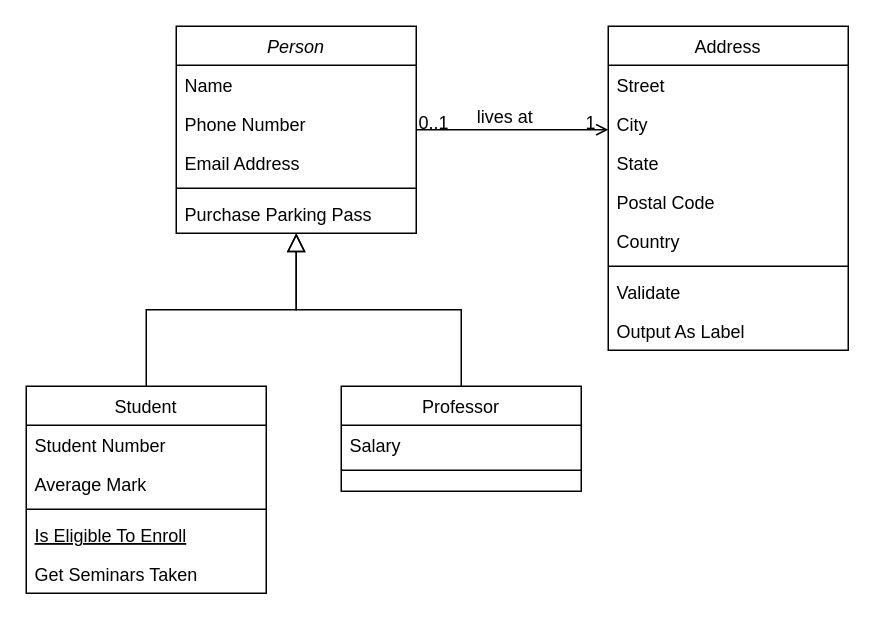
Above: Biểu đồ không có tiêu đề.drawio in dinhbaokhanh/Ecommerce_OOP_N4 (draw.io), before the change. Source tidied: cells renumbered, new cells numbered last; positions are measured from the earlier drawing's top-left corner, leaving out a move shared by most shapes. Both pictures are drawn from the tidied source at 150%, with x=0, y=0 at pixel (26, 26).
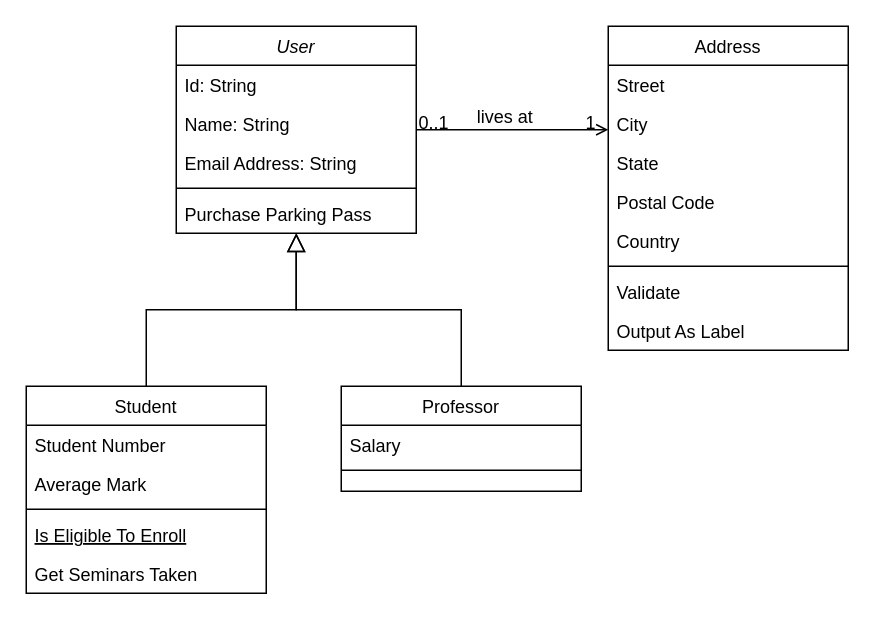
Above is the later version.

What changed in the source:
```diff
@@
-    <mxCell id="2" value="Person" style="swimlane;fontStyle=2;align=center;verticalAlign=top;horizontal=1;startSize=26;rounded=0;shadow=0;strokeWidth=1;" parent="1" vertex="1">
+    <mxCell id="2" value="User" style="swimlane;fontStyle=2;align=center;verticalAlign=top;horizontal=1;startSize=26;rounded=0;shadow=0;strokeWidth=1;" parent="1" vertex="1">
       <mxGeometry x="100" width="160" height="138" as="geometry" />
     </mxCell>
-    <mxCell id="3" value="Name" style="text;align=left;verticalAlign=top;spacingLeft=4;spacingRight=4;overflow=hidden;" parent="2" vertex="1">
+    <mxCell id="3" value="Id: String" style="text;align=left;verticalAlign=top;spacingLeft=4;spacingRight=4;overflow=hidden;" parent="2" vertex="1">
       <mxGeometry y="26" width="160" height="26" as="geometry" />
     </mxCell>
-    <mxCell id="4" value="Phone Number" style="text;align=left;verticalAlign=top;spacingLeft=4;spacingRight=4;overflow=hidden;rounded=0;shadow=0;html=0;" parent="2" vertex="1">
+    <mxCell id="4" value="Name: String" style="text;align=left;verticalAlign=top;spacingLeft=4;spacingRight=4;overflow=hidden;rounded=0;shadow=0;html=0;" parent="2" vertex="1">
       <mxGeometry y="52" width="160" height="26" as="geometry" />
     </mxCell>
-    <mxCell id="5" value="Email Address" style="text;align=left;verticalAlign=top;spacingLeft=4;spacingRight=4;overflow=hidden;rounded=0;shadow=0;html=0;" parent="2" vertex="1">
+    <mxCell id="5" value="Email Address: String" style="text;align=left;verticalAlign=top;spacingLeft=4;spacingRight=4;overflow=hidden;rounded=0;shadow=0;html=0;" parent="2" vertex="1">
       <mxGeometry y="78" width="160" height="26" as="geometry" />
     </mxCell>
```
